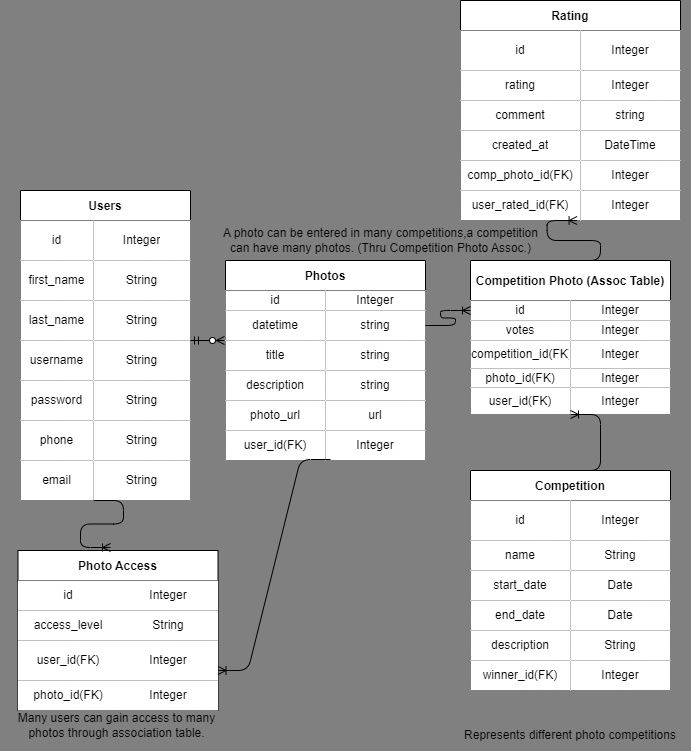
Above: planning/database-schema.png in kcweise/wildlife (draw.io), before the change. Source tidied: cells renumbered, new cells last; positions are measured from the earlier drawing's top-left corner, leaving out a move shared by most shapes.
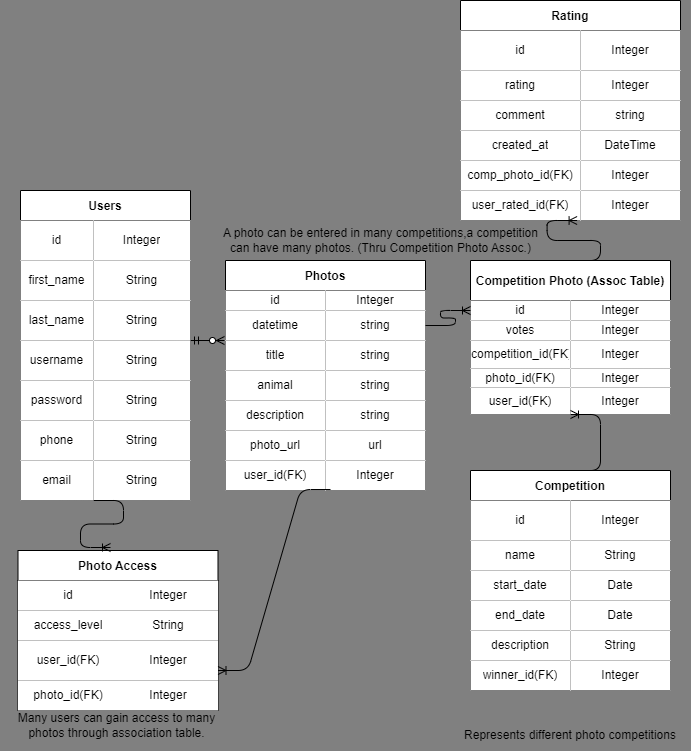
The same file after the commit.

What changed in the source:
```diff
@@ -69,7 +69,7 @@
       <mxGeometry x="73" width="97" height="40" as="geometry" />
     </mxCell>
     <mxCell id="24" value="Photos" style="shape=table;startSize=30;fontStyle=1;align=center;" parent="1" vertex="1">
-      <mxGeometry x="225" y="260" width="200" height="200" as="geometry" />
+      <mxGeometry x="225" y="260" width="200" height="230" as="geometry" />
     </mxCell>
     <mxCell id="25" style="shape=tableRow;horizontal=0;startSize=0;swimlaneHead=0;swimlaneBody=0;top=0;left=0;bottom=0;right=0;fillColor=none;" parent="24" vertex="1">
       <mxGeometry y="30" width="200" height="20" as="geometry" />
@@ -98,8 +98,17 @@
     <mxCell id="33" value="string" style="shape=partialRectangle;html=1;whiteSpace=wrap;fillColor=default;top=0;left=0;bottom=0;right=0;overflow=hidden;" parent="31" vertex="1">
       <mxGeometry x="100" width="100" height="30" as="geometry" />
     </mxCell>
+    <mxCell id="119" style="shape=tableRow;horizontal=0;startSize=0;swimlaneHead=0;swimlaneBody=0;top=0;left=0;bottom=0;right=0;fillColor=none;" parent="24" vertex="1">
+      <mxGeometry y="110" width="200" height="30" as="geometry" />
+    </mxCell>
+    <mxCell id="120" value="animal" style="shape=partialRectangle;html=1;whiteSpace=wrap;fillColor=default;top=0;left=0;bottom=0;right=0;overflow=hidden;" parent="119" vertex="1">
+      <mxGeometry width="100" height="30" as="geometry" />
+    </mxCell>
+    <mxCell id="121" value="string" style="shape=partialRectangle;html=1;whiteSpace=wrap;fillColor=default;top=0;left=0;bottom=0;right=0;overflow=hidden;" parent="119" vertex="1">
+      <mxGeometry x="100" width="100" height="30" as="geometry" />
+    </mxCell>
     <mxCell id="34" style="shape=tableRow;horizontal=0;startSize=0;swimlaneHead=0;swimlaneBody=0;top=0;left=0;bottom=0;right=0;fillColor=none;" parent="24" vertex="1">
-      <mxGeometry y="110" width="200" height="30" as="geometry" />
+      <mxGeometry y="140" width="200" height="30" as="geometry" />
     </mxCell>
     <mxCell id="35" value="description" style="shape=partialRectangle;html=1;whiteSpace=wrap;fillColor=default;top=0;left=0;bottom=0;right=0;overflow=hidden;" parent="34" vertex="1">
       <mxGeometry width="100" height="30" as="geometry" />
@@ -108,7 +117,7 @@
       <mxGeometry x="100" width="100" height="30" as="geometry" />
     </mxCell>
     <mxCell id="37" style="shape=tableRow;horizontal=0;startSize=0;swimlaneHead=0;swimlaneBody=0;top=0;left=0;bottom=0;right=0;fillColor=none;" parent="24" vertex="1">
-      <mxGeometry y="140" width="200" height="30" as="geometry" />
+      <mxGeometry y="170" width="200" height="30" as="geometry" />
     </mxCell>
     <mxCell id="38" value="photo_url" style="shape=partialRectangle;html=1;whiteSpace=wrap;fillColor=default;top=0;left=0;bottom=0;right=0;overflow=hidden;" parent="37" vertex="1">
       <mxGeometry width="100" height="30" as="geometry" />
@@ -117,7 +126,7 @@
       <mxGeometry x="100" width="100" height="30" as="geometry" />
     </mxCell>
     <mxCell id="40" style="shape=tableRow;horizontal=0;startSize=0;swimlaneHead=0;swimlaneBody=0;top=0;left=0;bottom=0;right=0;fillColor=none;points=[[0,0.5],[1,0.5]];portConstraint=eastwest;" parent="24" vertex="1">
-      <mxGeometry y="170" width="200" height="30" as="geometry" />
+      <mxGeometry y="200" width="200" height="30" as="geometry" />
     </mxCell>
     <mxCell id="41" value="user_id(FK)" style="shape=partialRectangle;html=1;whiteSpace=wrap;fillColor=default;top=0;left=0;bottom=0;right=0;overflow=hidden;" parent="40" vertex="1">
       <mxGeometry width="100" height="30" as="geometry" />
```
